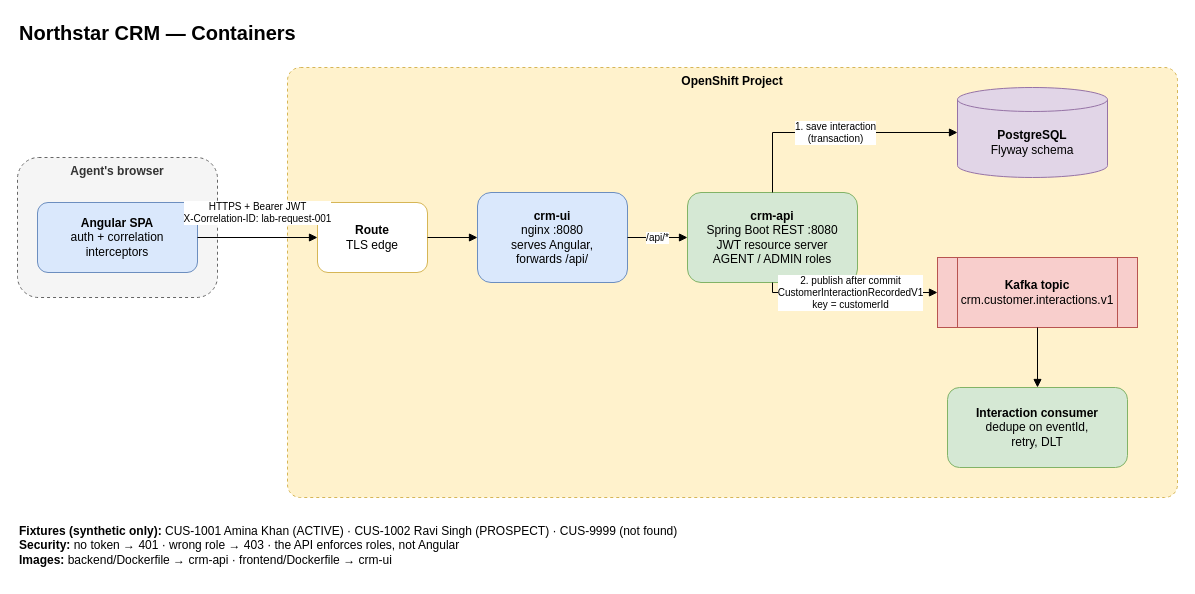
toobatux-org/capstone-crm keeps this draw.io diagram as docs/architecture/Container-img/container(2).drawio. Above is the earlier version. Source tidied: cells renumbered, new cells numbered last; positions are measured from the earlier drawing's top-left corner, leaving out a move shared by most shapes. Both pictures are drawn from the tidied source at 100%, with x=0, y=0 at pixel (17, 17).
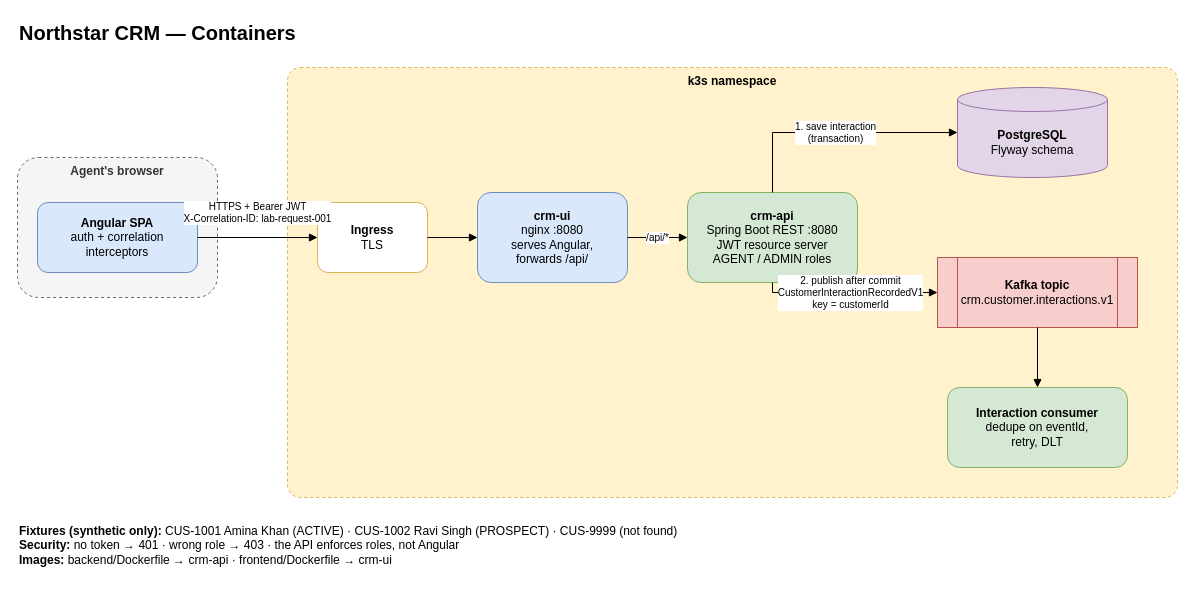
Above is the later version.

Diff of the diagram source:
```diff
@@
-    <mxCell id="5" value="OpenShift Project" style="rounded=1;whiteSpace=wrap;html=1;dashed=1;fillColor=#fff2cc;strokeColor=#d6b656;verticalAlign=top;fontStyle=1;arcSize=3;" parent="1" vertex="1">
+    <mxCell id="5" value="k3s namespace" style="rounded=1;whiteSpace=wrap;html=1;dashed=1;fillColor=#fff2cc;strokeColor=#d6b656;verticalAlign=top;fontStyle=1;arcSize=3;" parent="1" vertex="1">
       <mxGeometry x="270" y="50" width="890" height="430" as="geometry" />
     </mxCell>
-    <mxCell id="6" value="&lt;b&gt;Route&lt;/b&gt;&lt;br&gt;TLS edge" style="rounded=1;whiteSpace=wrap;html=1;fillColor=#ffffff;strokeColor=#d6b656;" parent="1" vertex="1">
+    <mxCell id="6" value="&lt;b&gt;Ingress&lt;/b&gt;&lt;br&gt;TLS" style="rounded=1;whiteSpace=wrap;html=1;fillColor=#ffffff;strokeColor=#d6b656;" parent="1" vertex="1">
       <mxGeometry x="300" y="185" width="110" height="70" as="geometry" />
     </mxCell>
```
